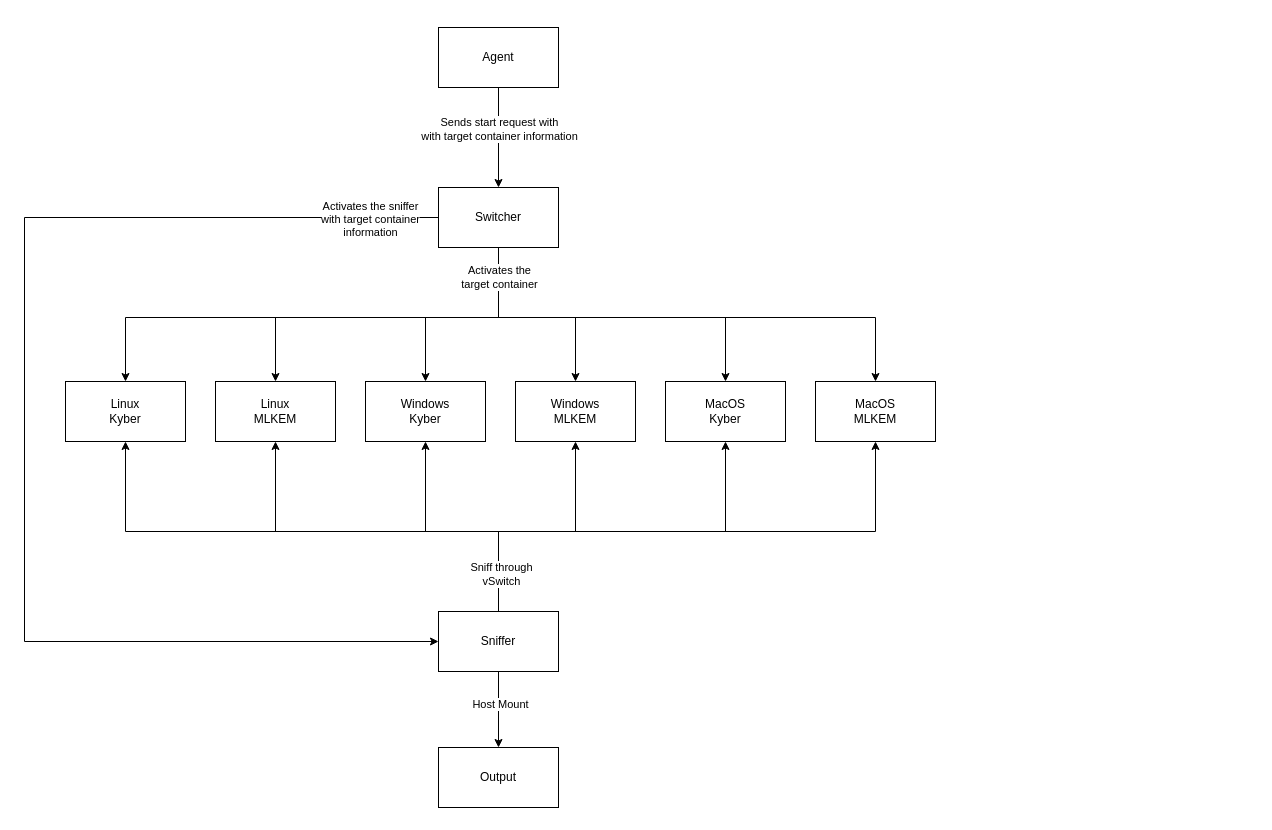
This is diagram/Active Recording.drawio from ArielCyber/PQBench, a draw.io file, before an edit. Source tidied: cells renumbered, new cells numbered last; positions are measured from the earlier drawing's top-left corner, leaving out a move shared by most shapes. Both pictures are drawn from the tidied source at 100%, with x=0, y=0 at pixel (24, 27).
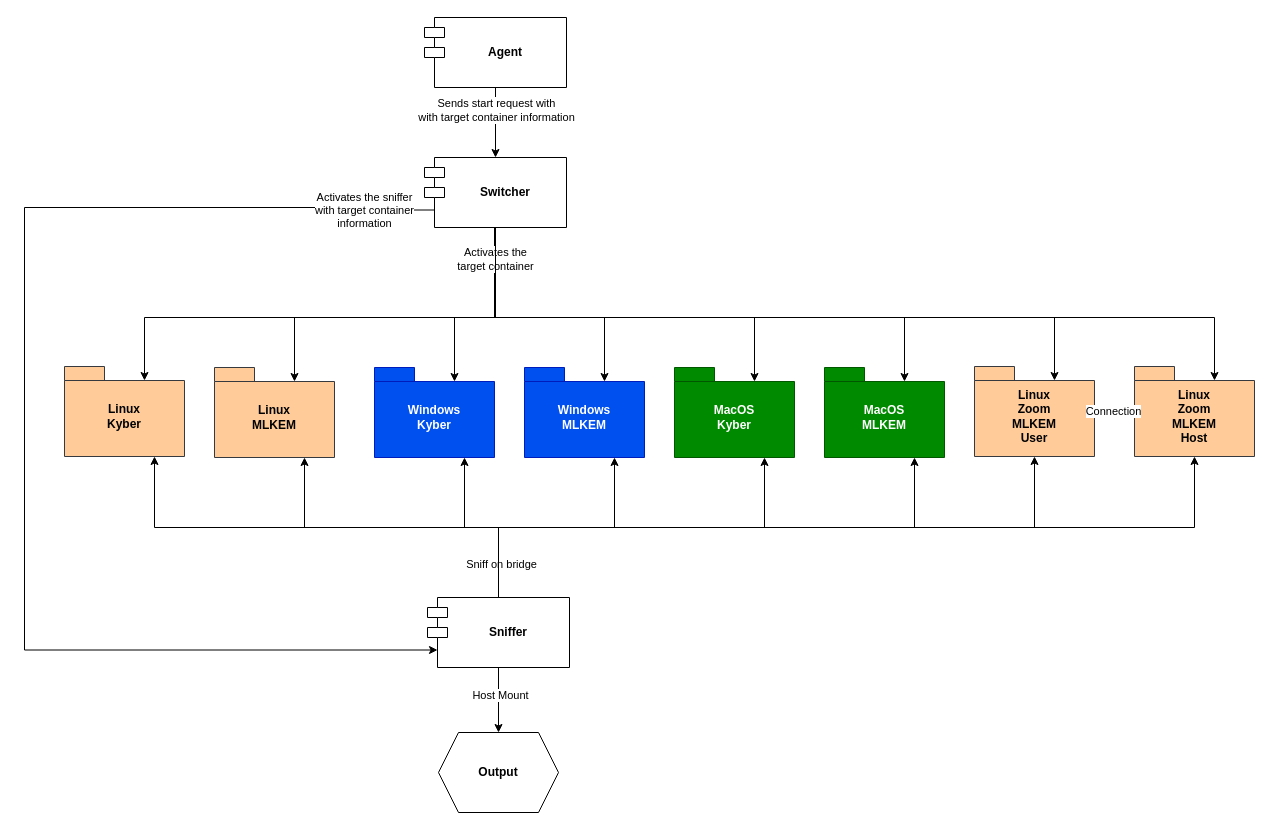
Above is the later version.

Commit message:
Updated the recording diagram

Change to the diagram source:
```diff
@@
-    <mxCell id="2" value="Agent" style="rounded=0;whiteSpace=wrap;html=1;" parent="1" vertex="1">
-      <mxGeometry x="414" width="120" height="60" as="geometry" />
-    </mxCell>
-    <mxCell id="3" style="edgeStyle=orthogonalEdgeStyle;rounded=0;jettySize=auto;html=1;entryX=0.5;entryY=0;entryDx=0;entryDy=0;" parent="1" edge="1" source="12" target="15">
+    <mxCell id="3" style="edgeStyle=orthogonalEdgeStyle;rounded=0;jettySize=auto;html=1;entryX=0;entryY=0;entryDx=80;entryDy=14;entryPerimeter=0;exitX=0.5;exitY=1;exitDx=0;exitDy=0;" parent="1" edge="1" source="12" target="15">
       <mxGeometry relative="1" as="geometry">
         <Array as="points">
-          <mxPoint x="474" y="290" />
-          <mxPoint x="101" y="290" />
+          <mxPoint x="471" y="290" />
+          <mxPoint x="120" y="290" />
         </Array>
       </mxGeometry>
     </mxCell>
-    <mxCell id="4" style="edgeStyle=orthogonalEdgeStyle;rounded=0;jettySize=auto;html=1;" parent="1" edge="1" source="12" target="16">
+    <mxCell id="4" style="edgeStyle=orthogonalEdgeStyle;rounded=0;jettySize=auto;html=1;entryX=0;entryY=0;entryDx=80;entryDy=14;entryPerimeter=0;exitX=0.5;exitY=1;exitDx=0;exitDy=0;" parent="1" edge="1" source="12" target="16">
       <mxGeometry relative="1" as="geometry">
         <Array as="points">
-          <mxPoint x="474" y="290" />
-          <mxPoint x="251" y="290" />
+          <mxPoint x="471" y="210" />
+          <mxPoint x="470" y="210" />
+          <mxPoint x="470" y="290" />
+          <mxPoint x="270" y="290" />
         </Array>
       </mxGeometry>
     </mxCell>
-    <mxCell id="5" style="edgeStyle=orthogonalEdgeStyle;rounded=0;jettySize=auto;html=1;entryX=0.5;entryY=0;entryDx=0;entryDy=0;" parent="1" edge="1" source="12" target="17">
+    <mxCell id="5" style="edgeStyle=orthogonalEdgeStyle;rounded=0;jettySize=auto;html=1;entryX=0;entryY=0;entryDx=80;entryDy=14;entryPerimeter=0;exitX=0.5;exitY=1;exitDx=0;exitDy=0;" parent="1" edge="1" source="12" target="17">
       <mxGeometry relative="1" as="geometry">
         <Array as="points">
-          <mxPoint x="474" y="290" />
-          <mxPoint x="401" y="290" />
+          <mxPoint x="471" y="290" />
+          <mxPoint x="430" y="290" />
         </Array>
       </mxGeometry>
     </mxCell>
-    <mxCell id="6" style="edgeStyle=orthogonalEdgeStyle;rounded=0;jettySize=auto;html=1;" parent="1" edge="1" source="12" target="18">
+    <mxCell id="6" style="edgeStyle=orthogonalEdgeStyle;rounded=0;jettySize=auto;html=1;entryX=0;entryY=0;entryDx=80;entryDy=14;entryPerimeter=0;exitX=0.5;exitY=1;exitDx=0;exitDy=0;" parent="1" edge="1" source="12" target="18">
       <mxGeometry relative="1" as="geometry">
         <Array as="points">
-          <mxPoint x="474" y="290" />
-          <mxPoint x="551" y="290" />
+          <mxPoint x="471" y="290" />
+          <mxPoint x="580" y="290" />
         </Array>
       </mxGeometry>
     </mxCell>
-    <mxCell id="7" style="edgeStyle=orthogonalEdgeStyle;rounded=0;jettySize=auto;html=1;entryX=0.5;entryY=0;entryDx=0;entryDy=0;" parent="1" edge="1" source="12" target="19">
+    <mxCell id="7" style="edgeStyle=orthogonalEdgeStyle;rounded=0;jettySize=auto;html=1;entryX=0;entryY=0;entryDx=80;entryDy=14;entryPerimeter=0;exitX=0.5;exitY=1;exitDx=0;exitDy=0;" parent="1" edge="1" source="12" target="19">
       <mxGeometry relative="1" as="geometry">
         <Array as="points">
-          <mxPoint x="474" y="290" />
-          <mxPoint x="701" y="290" />
+          <mxPoint x="470" y="200" />
+          <mxPoint x="470" y="290" />
+          <mxPoint x="730" y="290" />
         </Array>
       </mxGeometry>
     </mxCell>
-    <mxCell id="8" style="edgeStyle=orthogonalEdgeStyle;rounded=0;jettySize=auto;html=1;" parent="1" edge="1" source="12" target="20">
+    <mxCell id="8" style="edgeStyle=orthogonalEdgeStyle;rounded=0;jettySize=auto;html=1;entryX=0;entryY=0;entryDx=80;entryDy=14;entryPerimeter=0;exitX=0.5;exitY=1;exitDx=0;exitDy=0;" parent="1" edge="1" source="12" target="20">
       <mxGeometry relative="1" as="geometry">
         <Array as="points">
-          <mxPoint x="474" y="290" />
-          <mxPoint x="851" y="290" />
+          <mxPoint x="471" y="210" />
+          <mxPoint x="470" y="210" />
+          <mxPoint x="470" y="290" />
+          <mxPoint x="880" y="290" />
         </Array>
       </mxGeometry>
     </mxCell>
@@
-    <mxCell id="10" style="edgeStyle=orthogonalEdgeStyle;rounded=0;jettySize=auto;html=1;entryX=0;entryY=0.5;entryDx=0;entryDy=0;" parent="1" edge="1" source="12" target="30">
+    <mxCell id="10" style="edgeStyle=orthogonalEdgeStyle;rounded=0;jettySize=auto;html=1;entryX=0;entryY=0.75;entryDx=10;entryDy=0;entryPerimeter=0;exitX=0;exitY=0.75;exitDx=10;exitDy=0;exitPerimeter=0;" parent="1" edge="1" source="12" target="30">
       <mxGeometry relative="1" as="geometry">
         <Array as="points">
-          <mxPoint y="190" />
-          <mxPoint y="614" />
+          <mxPoint x="340" y="183" />
+          <mxPoint x="340" y="180" />
+          <mxPoint y="180" />
+          <mxPoint y="623" />
+          <mxPoint x="413" y="623" />
         </Array>
       </mxGeometry>
     </mxCell>
@@
-    <mxCell id="12" value="Switcher" style="rounded=0;whiteSpace=wrap;html=1;" parent="1" vertex="1">
-      <mxGeometry x="414" y="160" width="120" height="60" as="geometry" />
-    </mxCell>
@@
-    <mxCell id="15" value="&lt;div&gt;Linux&lt;/div&gt;&lt;div&gt;Kyber&lt;/div&gt;" style="rounded=0;whiteSpace=wrap;html=1;" parent="1" vertex="1">
-      <mxGeometry x="41" y="354" width="120" height="60" as="geometry" />
-    </mxCell>
-    <mxCell id="16" value="&lt;div&gt;Linux&lt;/div&gt;&lt;div&gt;MLKEM&lt;/div&gt;" style="rounded=0;whiteSpace=wrap;html=1;" parent="1" vertex="1">
-      <mxGeometry x="191" y="354" width="120" height="60" as="geometry" />
-    </mxCell>
-    <mxCell id="17" value="&lt;div&gt;Windows&lt;/div&gt;&lt;div&gt;Kyber&lt;/div&gt;" style="rounded=0;whiteSpace=wrap;html=1;" parent="1" vertex="1">
-      <mxGeometry x="341" y="354" width="120" height="60" as="geometry" />
-    </mxCell>
-    <mxCell id="18" value="&lt;div&gt;Windows&lt;/div&gt;&lt;div&gt;MLKEM&lt;/div&gt;" style="rounded=0;whiteSpace=wrap;html=1;" parent="1" vertex="1">
-      <mxGeometry x="491" y="354" width="120" height="60" as="geometry" />
-    </mxCell>
-    <mxCell id="19" value="&lt;div&gt;MacOS&lt;/div&gt;&lt;div&gt;Kyber&lt;/div&gt;" style="rounded=0;whiteSpace=wrap;html=1;" parent="1" vertex="1">
-      <mxGeometry x="641" y="354" width="120" height="60" as="geometry" />
-    </mxCell>
-    <mxCell id="20" value="&lt;div&gt;MacOS&lt;/div&gt;&lt;div&gt;MLKEM&lt;/div&gt;" style="rounded=0;whiteSpace=wrap;html=1;" parent="1" vertex="1">
-      <mxGeometry x="791" y="354" width="120" height="60" as="geometry" />
-    </mxCell>
-    <mxCell id="21" style="edgeStyle=orthogonalEdgeStyle;rounded=0;jettySize=auto;html=1;entryX=0.5;entryY=1;entryDx=0;entryDy=0;" parent="1" edge="1" source="30" target="17">
+    <mxCell id="21" style="edgeStyle=orthogonalEdgeStyle;rounded=0;jettySize=auto;html=1;entryX=0.75;entryY=1;entryDx=0;entryDy=0;entryPerimeter=0;exitX=0.5;exitY=0;exitDx=0;exitDy=0;" parent="1" edge="1" source="30" target="17">
       <mxGeometry relative="1" as="geometry">
         <Array as="points">
-          <mxPoint x="474" y="504" />
-          <mxPoint x="401" y="504" />
+          <mxPoint x="474" y="500" />
+          <mxPoint x="440" y="500" />
         </Array>
       </mxGeometry>
     </mxCell>
-    <mxCell id="22" style="edgeStyle=orthogonalEdgeStyle;rounded=0;jettySize=auto;html=1;entryX=0.5;entryY=1;entryDx=0;entryDy=0;" parent="1" edge="1" source="30" target="18">
+    <mxCell id="22" style="edgeStyle=orthogonalEdgeStyle;rounded=0;jettySize=auto;html=1;entryX=0.75;entryY=1;entryDx=0;entryDy=0;entryPerimeter=0;exitX=0.5;exitY=0;exitDx=0;exitDy=0;" parent="1" edge="1" source="30" target="18">
       <mxGeometry relative="1" as="geometry">
         <Array as="points">
-          <mxPoint x="474" y="504" />
-          <mxPoint x="551" y="504" />
+          <mxPoint x="474" y="500" />
+          <mxPoint x="590" y="500" />
         </Array>
       </mxGeometry>
     </mxCell>
-    <mxCell id="23" style="edgeStyle=orthogonalEdgeStyle;rounded=0;jettySize=auto;html=1;entryX=0.5;entryY=1;entryDx=0;entryDy=0;" parent="1" edge="1" source="30" target="19">
+    <mxCell id="23" style="edgeStyle=orthogonalEdgeStyle;rounded=0;jettySize=auto;html=1;entryX=0.75;entryY=1;entryDx=0;entryDy=0;entryPerimeter=0;exitX=0.5;exitY=0;exitDx=0;exitDy=0;" parent="1" edge="1" source="30" target="19">
       <mxGeometry relative="1" as="geometry">
         <Array as="points">
-          <mxPoint x="474" y="504" />
-          <mxPoint x="701" y="504" />
+          <mxPoint x="474" y="500" />
+          <mxPoint x="740" y="500" />
         </Array>
       </mxGeometry>
     </mxCell>
-    <mxCell id="24" style="edgeStyle=orthogonalEdgeStyle;rounded=0;jettySize=auto;html=1;entryX=0.5;entryY=1;entryDx=0;entryDy=0;" parent="1" edge="1" source="30" target="20">
+    <mxCell id="24" style="edgeStyle=orthogonalEdgeStyle;rounded=0;jettySize=auto;html=1;entryX=0.75;entryY=1;entryDx=0;entryDy=0;entryPerimeter=0;exitX=0.5;exitY=0;exitDx=0;exitDy=0;" parent="1" edge="1" source="30" target="20">
       <mxGeometry relative="1" as="geometry">
         <Array as="points">
-          <mxPoint x="474" y="504" />
-          <mxPoint x="851" y="504" />
+          <mxPoint x="474" y="500" />
+          <mxPoint x="890" y="500" />
         </Array>
       </mxGeometry>
     </mxCell>
-    <mxCell id="25" style="edgeStyle=orthogonalEdgeStyle;rounded=0;jettySize=auto;html=1;" parent="1" edge="1" source="30" target="16">
+    <mxCell id="25" style="edgeStyle=orthogonalEdgeStyle;rounded=0;jettySize=auto;html=1;entryX=0.75;entryY=1;entryDx=0;entryDy=0;entryPerimeter=0;exitX=0.5;exitY=0;exitDx=0;exitDy=0;" parent="1" edge="1" source="30" target="16">
       <mxGeometry relative="1" as="geometry">
         <Array as="points">
-          <mxPoint x="474" y="504" />
-          <mxPoint x="251" y="504" />
+          <mxPoint x="474" y="500" />
+          <mxPoint x="280" y="500" />
         </Array>
       </mxGeometry>
     </mxCell>
-    <mxCell id="26" style="edgeStyle=orthogonalEdgeStyle;rounded=0;jettySize=auto;html=1;" parent="1" edge="1" source="30" target="15">
+    <mxCell id="26" style="edgeStyle=orthogonalEdgeStyle;rounded=0;jettySize=auto;html=1;entryX=0.75;entryY=1;entryDx=0;entryDy=0;entryPerimeter=0;exitX=0.5;exitY=0;exitDx=0;exitDy=0;" parent="1" edge="1" source="30" target="15">
       <mxGeometry relative="1" as="geometry">
         <Array as="points">
-          <mxPoint x="474" y="504" />
-          <mxPoint x="101" y="504" />
+          <mxPoint x="474" y="500" />
+          <mxPoint x="130" y="500" />
         </Array>
       </mxGeometry>
     </mxCell>
-    <mxCell id="27" value="&lt;div&gt;Sniff through&lt;/div&gt;&lt;div&gt;vSwitch&lt;/div&gt;" style="edgeLabel;html=1;align=center;verticalAlign=middle;" parent="26" vertex="1">
+    <mxCell id="27" value="&lt;div&gt;Sniff on bridge&lt;/div&gt;" style="edgeLabel;html=1;align=center;verticalAlign=middle;" parent="26" vertex="1">
       <mxGeometry x="-0.86" y="-2" relative="1" as="geometry" />
     </mxCell>
-    <mxCell id="28" style="edgeStyle=orthogonalEdgeStyle;rounded=0;jettySize=auto;html=1;" parent="1" edge="1" source="30" target="31">
+    <mxCell id="28" style="edgeStyle=orthogonalEdgeStyle;rounded=0;jettySize=auto;html=1;entryX=0.5;entryY=0;entryDx=0;entryDy=0;exitX=0.5;exitY=1;exitDx=0;exitDy=0;" parent="1" edge="1" source="30" target="31">
       <mxGeometry relative="1" as="geometry" />
     </mxCell>
@@
+    <mxCell id="15" value="&lt;div&gt;Linux&lt;/div&gt;&lt;div&gt;Kyber&lt;/div&gt;" style="shape=folder;fontStyle=1;spacingTop=10;tabWidth=40;tabHeight=14;tabPosition=left;html=1;whiteSpace=wrap;rounded=0;strokeColor=#36393d;align=center;verticalAlign=middle;fontFamily=Helvetica;fontSize=12;fontColor=light-dark(#000000,#000000);fillColor=light-dark(#FFCC99,#FF9933);" parent="1" vertex="1">
+      <mxGeometry x="40" y="339" width="120" height="90" as="geometry" />
+    </mxCell>
+    <mxCell id="16" value="&lt;div&gt;Linux&lt;/div&gt;&lt;div&gt;MLKEM&lt;/div&gt;" style="shape=folder;fontStyle=1;spacingTop=10;tabWidth=40;tabHeight=14;tabPosition=left;html=1;whiteSpace=wrap;rounded=0;strokeColor=#36393d;align=center;verticalAlign=middle;fontFamily=Helvetica;fontSize=12;fontColor=light-dark(#000000,#000000);fillColor=light-dark(#FFCC99,#FF9933);" parent="1" vertex="1">
+      <mxGeometry x="190" y="340" width="120" height="90" as="geometry" />
+    </mxCell>
+    <mxCell id="18" value="&lt;div&gt;Windows&lt;/div&gt;&lt;div&gt;MLKEM&lt;/div&gt;" style="shape=folder;fontStyle=1;spacingTop=10;tabWidth=40;tabHeight=14;tabPosition=left;html=1;whiteSpace=wrap;rounded=0;strokeColor=#001DBC;align=center;verticalAlign=middle;fontFamily=Helvetica;fontSize=12;fontColor=#ffffff;fillColor=#0050ef;" parent="1" vertex="1">
+      <mxGeometry x="500" y="340" width="120" height="90" as="geometry" />
+    </mxCell>
+    <mxCell id="17" value="&lt;div&gt;Windows&lt;/div&gt;&lt;div&gt;Kyber&lt;/div&gt;" style="shape=folder;fontStyle=1;spacingTop=10;tabWidth=40;tabHeight=14;tabPosition=left;html=1;whiteSpace=wrap;rounded=0;strokeColor=#001DBC;align=center;verticalAlign=middle;fontFamily=Helvetica;fontSize=12;fontColor=#ffffff;fillColor=#0050ef;" parent="1" vertex="1">
+      <mxGeometry x="350" y="340" width="120" height="90" as="geometry" />
+    </mxCell>
+    <mxCell id="19" value="&lt;div&gt;MacOS&lt;/div&gt;&lt;div&gt;Kyber&lt;/div&gt;" style="shape=folder;fontStyle=1;spacingTop=10;tabWidth=40;tabHeight=14;tabPosition=left;html=1;whiteSpace=wrap;rounded=0;strokeColor=#005700;align=center;verticalAlign=middle;fontFamily=Helvetica;fontSize=12;fontColor=#ffffff;fillColor=light-dark(#008A00,#99FFCC);" parent="1" vertex="1">
+      <mxGeometry x="650" y="340" width="120" height="90" as="geometry" />
+    </mxCell>
+    <mxCell id="20" value="&lt;div&gt;MacOS&lt;/div&gt;&lt;div&gt;MLKEM&lt;/div&gt;" style="shape=folder;fontStyle=1;spacingTop=10;tabWidth=40;tabHeight=14;tabPosition=left;html=1;whiteSpace=wrap;rounded=0;strokeColor=#005700;align=center;verticalAlign=middle;fontFamily=Helvetica;fontSize=12;fontColor=#ffffff;fillColor=light-dark(#008A00,#99FFCC);" parent="1" vertex="1">
+      <mxGeometry x="800" y="340" width="120" height="90" as="geometry" />
+    </mxCell>
-    <mxCell id="30" value="Sniffer" style="rounded=0;whiteSpace=wrap;html=1;" parent="1" vertex="1">
-      <mxGeometry x="414" y="584" width="120" height="60" as="geometry" />
+    <mxCell id="30" value="&lt;b&gt;Sniffer&lt;/b&gt;" style="shape=module;align=center;spacingLeft=20;align=center;verticalAlign=middle;whiteSpace=wrap;html=1;rounded=0;strokeColor=default;fontFamily=Helvetica;fontSize=12;fontColor=light-dark(#000000,#000000);fillColor=light-dark(#FFFFFF,#FF9933);" parent="1" vertex="1">
+      <mxGeometry x="403" y="570" width="142" height="70" as="geometry" />
     </mxCell>
-    <mxCell id="31" value="Output" style="rounded=0;whiteSpace=wrap;html=1;" parent="1" vertex="1">
-      <mxGeometry x="414" y="720" width="120" height="60" as="geometry" />
+    <mxCell id="31" value="&lt;b&gt;&lt;span style=&quot;color: light-dark(rgb(0, 0, 0), rgb(0, 0, 0));&quot;&gt;Output&lt;/span&gt;&lt;/b&gt;" style="shape=hexagon;perimeter=hexagonPerimeter2;whiteSpace=wrap;html=1;fixedSize=1;fillColor=light-dark(#FFFFFF,#FF9999);" parent="1" vertex="1">
+      <mxGeometry x="414" y="705" width="120" height="80" as="geometry" />
     </mxCell>
+    <mxCell id="12" value="&lt;b&gt;Switcher&lt;/b&gt;" style="shape=module;align=center;spacingLeft=20;align=center;verticalAlign=middle;whiteSpace=wrap;html=1;rounded=0;strokeColor=default;fontFamily=Helvetica;fontSize=12;fontColor=light-dark(#000000,#000000);fillColor=light-dark(#FFFFFF,#FF9933);" parent="1" vertex="1">
+      <mxGeometry x="400" y="130" width="142" height="70" as="geometry" />
+    </mxCell>
+    <mxCell id="2" value="&lt;b&gt;Agent&lt;/b&gt;" style="shape=module;align=center;spacingLeft=20;align=center;verticalAlign=middle;whiteSpace=wrap;html=1;rounded=0;strokeColor=default;fontFamily=Helvetica;fontSize=12;fontColor=light-dark(#000000,#000000);fillColor=light-dark(#FFFFFF,#FF9933);" parent="1" vertex="1">
+      <mxGeometry x="400" y="-10" width="142" height="70" as="geometry" />
+    </mxCell>
+    <mxCell id="32" style="edgeStyle=orthogonalEdgeStyle;rounded=0;jettySize=auto;html=1;entryX=0.004;entryY=0.499;entryDx=0;entryDy=0;entryPerimeter=0;" parent="1" edge="1" source="33" target="34">
+      <mxGeometry relative="1" as="geometry" />
+    </mxCell>
+    <mxCell id="33" value="&lt;div&gt;Linux&lt;/div&gt;&lt;div&gt;Zoom&lt;/div&gt;&lt;div&gt;MLKEM&lt;/div&gt;&lt;div&gt;User&lt;/div&gt;" style="shape=folder;fontStyle=1;spacingTop=10;tabWidth=40;tabHeight=14;tabPosition=left;html=1;whiteSpace=wrap;rounded=0;strokeColor=#36393d;align=center;verticalAlign=middle;fontFamily=Helvetica;fontSize=12;fontColor=light-dark(#000000,#000000);fillColor=light-dark(#FFCC99,#FF9933);" parent="1" vertex="1">
+      <mxGeometry x="950" y="339" width="120" height="90" as="geometry" />
+    </mxCell>
+    <mxCell id="34" value="&lt;div&gt;Linux&lt;/div&gt;&lt;div&gt;Zoom&lt;/div&gt;&lt;div&gt;MLKEM&lt;/div&gt;&lt;div&gt;Host&lt;/div&gt;" style="shape=folder;fontStyle=1;spacingTop=10;tabWidth=40;tabHeight=14;tabPosition=left;html=1;whiteSpace=wrap;rounded=0;strokeColor=#36393d;align=center;verticalAlign=middle;fontFamily=Helvetica;fontSize=12;fontColor=light-dark(#000000,#000000);fillColor=light-dark(#FFCC99,#FF9933);" parent="1" vertex="1">
+      <mxGeometry x="1110" y="339" width="120" height="90" as="geometry" />
+    </mxCell>
+    <mxCell id="35" style="edgeStyle=orthogonalEdgeStyle;rounded=0;jettySize=auto;html=1;entryX=0.5;entryY=1;entryDx=0;entryDy=0;entryPerimeter=0;" parent="1" edge="1" source="30" target="33">
+      <mxGeometry relative="1" as="geometry">
+        <Array as="points">
+          <mxPoint x="474" y="500" />
+          <mxPoint x="1010" y="500" />
+        </Array>
+      </mxGeometry>
+    </mxCell>
+    <mxCell id="36" style="edgeStyle=orthogonalEdgeStyle;rounded=0;jettySize=auto;html=1;entryX=0.5;entryY=1;entryDx=0;entryDy=0;entryPerimeter=0;" parent="1" edge="1" source="30" target="34">
+      <mxGeometry relative="1" as="geometry">
+        <Array as="points">
+          <mxPoint x="474" y="500" />
+          <mxPoint x="1170" y="500" />
+        </Array>
+      </mxGeometry>
+    </mxCell>
+    <mxCell id="37" style="edgeStyle=orthogonalEdgeStyle;rounded=0;jettySize=auto;html=1;entryX=0;entryY=0;entryDx=80;entryDy=14;entryPerimeter=0;" parent="1" edge="1" source="12" target="33">
+      <mxGeometry relative="1" as="geometry">
+        <Array as="points">
+          <mxPoint x="471" y="290" />
+          <mxPoint x="1030" y="290" />
+        </Array>
+      </mxGeometry>
+    </mxCell>
+    <mxCell id="38" style="edgeStyle=orthogonalEdgeStyle;rounded=0;jettySize=auto;html=1;entryX=0;entryY=0;entryDx=80;entryDy=14;entryPerimeter=0;" parent="1" edge="1" source="12" target="34">
+      <mxGeometry relative="1" as="geometry">
+        <Array as="points">
+          <mxPoint x="471" y="290" />
+          <mxPoint x="1190" y="290" />
+        </Array>
+      </mxGeometry>
+    </mxCell>
+    <mxCell id="39" style="edgeStyle=orthogonalEdgeStyle;rounded=0;jettySize=auto;html=1;" parent="1" edge="1" source="34" target="33">
+      <mxGeometry relative="1" as="geometry" />
+    </mxCell>
+    <mxCell id="40" value="Connection" style="edgeLabel;html=1;align=center;verticalAlign=middle;" parent="39" vertex="1">
+      <mxGeometry x="0.09" y="-1" relative="1" as="geometry" />
+    </mxCell>
```
